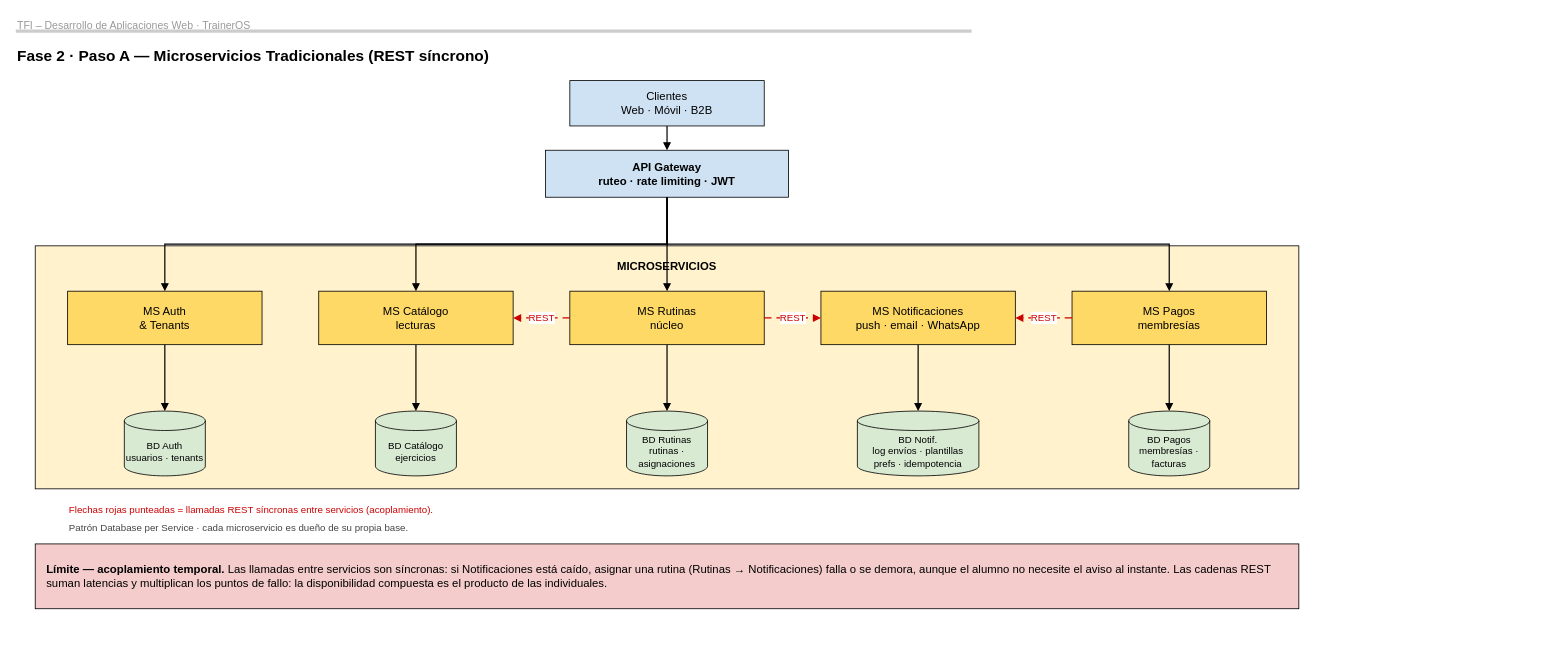
Before: Presentacion/diagramas/drawio/fase2a_microservicios_tradicionales.drawio in LautaroNaglieri/traineros-api, a draw.io diagram. Source tidied: cells renumbered, new cells numbered last; positions are measured from the earlier drawing's top-left corner, leaving out a move shared by most shapes. Both pictures are drawn from the tidied source at 81%, with x=0, y=0 at pixel (15, 14).
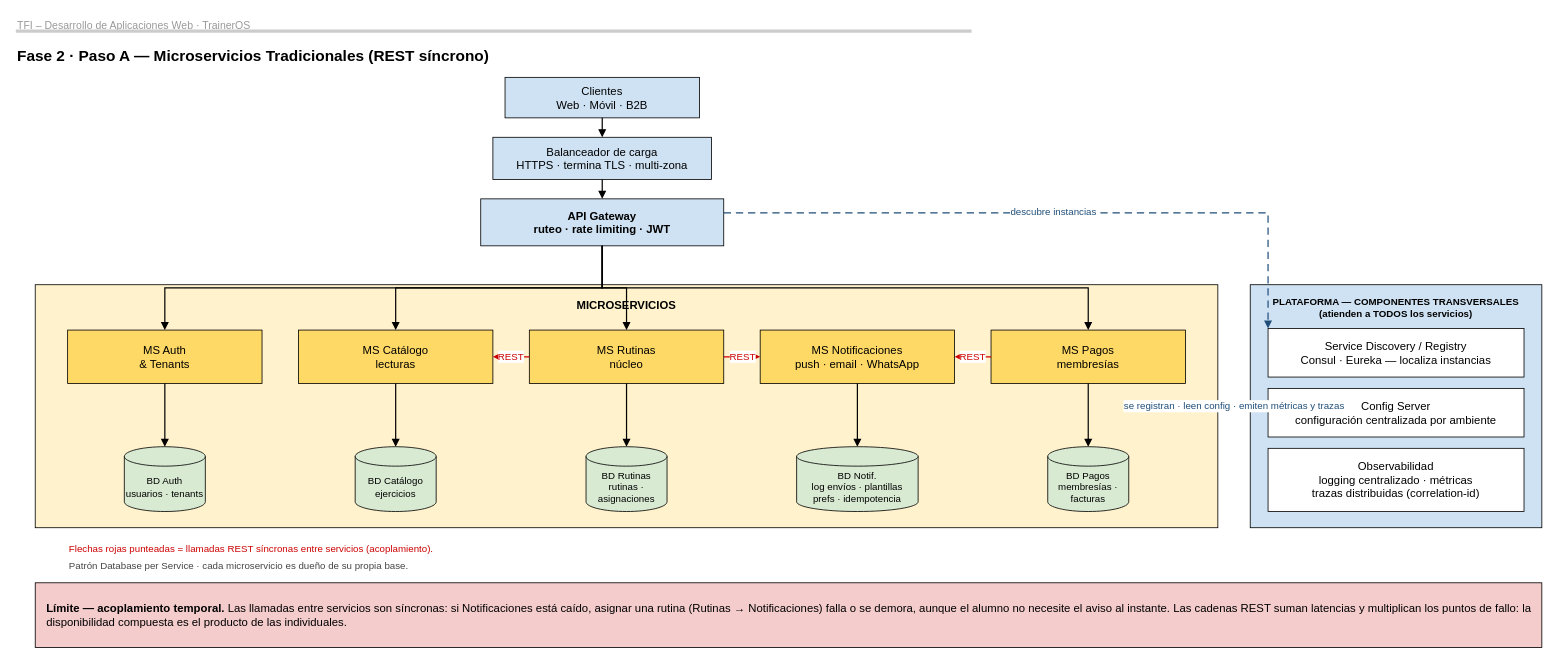
The same diagram, later.

Commit message (it also covers changes not shown here):
corrige la figura 2 y el informe agregando los componentes transversales (revision del profesor)

Change to the diagram source:
```diff
@@
     <mxCell id="5" value="Clientes&lt;br&gt;Web · Móvil · B2B" style="rounded=0;whiteSpace=wrap;html=1;fillColor=#CFE2F3;strokeColor=#000000;strokeWidth=1;fontSize=14;fontColor=#000000;" parent="1" vertex="1">
-      <mxGeometry x="684" y="82" width="240" height="56" as="geometry" />
+      <mxGeometry x="604" y="78" width="240" height="50" as="geometry" />
     </mxCell>
-    <mxCell id="6" value="API Gateway&lt;br&gt;ruteo · rate limiting · JWT" style="rounded=0;whiteSpace=wrap;html=1;fillColor=#CFE2F3;strokeColor=#000000;strokeWidth=1;fontSize=14;fontColor=#000000;fontStyle=1;" parent="1" vertex="1">
-      <mxGeometry x="654" y="168" width="300" height="58" as="geometry" />
+    <mxCell id="6" value="Balanceador de carga&lt;br&gt;HTTPS · termina TLS · multi-zona" style="rounded=0;whiteSpace=wrap;html=1;fillColor=#CFE2F3;strokeColor=#000000;strokeWidth=1;fontSize=14;fontColor=#000000;" parent="1" vertex="1">
+      <mxGeometry x="589" y="152" width="270" height="52" as="geometry" />
     </mxCell>
-    <mxCell id="7" style="edgeStyle=orthogonalEdgeStyle;rounded=0;html=1;endArrow=block;endFill=1;strokeColor=#000000;strokeWidth=1.5;fontSize=12;fontColor=#000000;labelBackgroundColor=#FFFFFF;exitX=0.5;exitY=1;exitDx=0;exitDy=0;entryX=0.5;entryY=0;entryDx=0;entryDy=0;" parent="1" edge="1" source="5" target="6">
-      <mxGeometry relative="1" as="geometry" />
+    <mxCell id="7" value="API Gateway&lt;br&gt;ruteo · rate limiting · JWT" style="rounded=0;whiteSpace=wrap;html=1;fillColor=#CFE2F3;strokeColor=#000000;strokeWidth=1;fontSize=14;fontColor=#000000;fontStyle=1;" parent="1" vertex="1">
+      <mxGeometry x="574" y="228" width="300" height="58" as="geometry" />
     </mxCell>
-    <mxCell id="8" value="MICROSERVICIOS" style="rounded=0;whiteSpace=wrap;html=1;fillColor=#FFF2CC;strokeColor=#000000;strokeWidth=1;verticalAlign=top;align=center;fontSize=14;fontStyle=1;fontColor=#000000;spacingTop=10;" parent="1" vertex="1">
-      <mxGeometry x="24" y="286" width="1560" height="300" as="geometry" />
+    <mxCell id="8" style="edgeStyle=orthogonalEdgeStyle;rounded=0;html=1;endArrow=block;endFill=1;strokeColor=#000000;strokeWidth=1.5;fontSize=12;fontColor=#000000;labelBackgroundColor=#FFFFFF;exitX=0.5;exitY=1;exitDx=0;exitDy=0;entryX=0.5;entryY=0;entryDx=0;entryDy=0;" parent="1" edge="1" source="5" target="6">
+      <mxGeometry relative="1" as="geometry" />
     </mxCell>
-    <mxCell id="9" value="MS Auth&lt;br&gt;&amp; Tenants" style="rounded=0;whiteSpace=wrap;html=1;fillColor=#FFD966;strokeColor=#000000;strokeWidth=1;fontSize=14;fontColor=#000000;" parent="1" vertex="1">
-      <mxGeometry x="64" y="342" width="240" height="66" as="geometry" />
+    <mxCell id="9" style="edgeStyle=orthogonalEdgeStyle;rounded=0;html=1;endArrow=block;endFill=1;strokeColor=#000000;strokeWidth=1.5;fontSize=12;fontColor=#000000;labelBackgroundColor=#FFFFFF;exitX=0.5;exitY=1;exitDx=0;exitDy=0;entryX=0.5;entryY=0;entryDx=0;entryDy=0;" parent="1" edge="1" source="6" target="7">
+      <mxGeometry relative="1" as="geometry" />
     </mxCell>
-    <mxCell id="10" value="BD Auth&lt;br&gt;usuarios · tenants" style="shape=cylinder3;whiteSpace=wrap;html=1;boundedLbl=1;backgroundOutline=1;size=12;fillColor=#D9EAD3;strokeColor=#000000;fontSize=12;fontColor=#000000;verticalAlign=middle;" parent="1" vertex="1">
-      <mxGeometry x="134" y="490" width="100" height="80" as="geometry" />
+    <mxCell id="10" value="MICROSERVICIOS" style="rounded=0;whiteSpace=wrap;html=1;fillColor=#FFF2CC;strokeColor=#000000;strokeWidth=1;verticalAlign=top;align=center;fontSize=14;fontStyle=1;fontColor=#000000;spacingTop=10;" parent="1" vertex="1">
+      <mxGeometry x="24" y="334" width="1460" height="300" as="geometry" />
     </mxCell>
-    <mxCell id="11" style="edgeStyle=orthogonalEdgeStyle;rounded=0;html=1;endArrow=block;endFill=1;strokeColor=#000000;strokeWidth=1.5;fontSize=12;fontColor=#000000;labelBackgroundColor=#FFFFFF;exitX=0.5;exitY=1;exitDx=0;exitDy=0;entryX=0.5;entryY=0;entryDx=0;entryDy=0;" parent="1" edge="1" source="9" target="10">
-      <mxGeometry relative="1" as="geometry" />
+    <mxCell id="11" value="MS Auth&lt;br&gt;&amp; Tenants" style="rounded=0;whiteSpace=wrap;html=1;fillColor=#FFD966;strokeColor=#000000;strokeWidth=1;fontSize=14;fontColor=#000000;" parent="1" vertex="1">
+      <mxGeometry x="64" y="390" width="240" height="66" as="geometry" />
     </mxCell>
-    <mxCell id="12" value="MS Catálogo&lt;br&gt;lecturas" style="rounded=0;whiteSpace=wrap;html=1;fillColor=#FFD966;strokeColor=#000000;strokeWidth=1;fontSize=14;fontColor=#000000;" parent="1" vertex="1">
-      <mxGeometry x="374" y="342" width="240" height="66" as="geometry" />
+    <mxCell id="12" value="BD Auth&lt;br&gt;usuarios · tenants" style="shape=cylinder3;whiteSpace=wrap;html=1;boundedLbl=1;backgroundOutline=1;size=12;fillColor=#D9EAD3;strokeColor=#000000;fontSize=12;fontColor=#000000;verticalAlign=middle;" parent="1" vertex="1">
+      <mxGeometry x="134" y="534" width="100" height="80" as="geometry" />
     </mxCell>
-    <mxCell id="13" value="BD Catálogo&lt;br&gt;ejercicios" style="shape=cylinder3;whiteSpace=wrap;html=1;boundedLbl=1;backgroundOutline=1;size=12;fillColor=#D9EAD3;strokeColor=#000000;fontSize=12;fontColor=#000000;verticalAlign=middle;" parent="1" vertex="1">
-      <mxGeometry x="444" y="490" width="100" height="80" as="geometry" />
+    <mxCell id="13" style="edgeStyle=orthogonalEdgeStyle;rounded=0;html=1;endArrow=block;endFill=1;strokeColor=#000000;strokeWidth=1.5;fontSize=12;fontColor=#000000;labelBackgroundColor=#FFFFFF;exitX=0.5;exitY=1;exitDx=0;exitDy=0;entryX=0.5;entryY=0;entryDx=0;entryDy=0;" parent="1" edge="1" source="11" target="12">
+      <mxGeometry relative="1" as="geometry" />
     </mxCell>
-    <mxCell id="14" style="edgeStyle=orthogonalEdgeStyle;rounded=0;html=1;endArrow=block;endFill=1;strokeColor=#000000;strokeWidth=1.5;fontSize=12;fontColor=#000000;labelBackgroundColor=#FFFFFF;exitX=0.5;exitY=1;exitDx=0;exitDy=0;entryX=0.5;entryY=0;entryDx=0;entryDy=0;" parent="1" edge="1" source="12" target="13">
-      <mxGeometry relative="1" as="geometry" />
+    <mxCell id="14" value="MS Catálogo&lt;br&gt;lecturas" style="rounded=0;whiteSpace=wrap;html=1;fillColor=#FFD966;strokeColor=#000000;strokeWidth=1;fontSize=14;fontColor=#000000;" parent="1" vertex="1">
+      <mxGeometry x="349" y="390" width="240" height="66" as="geometry" />
     </mxCell>
-    <mxCell id="15" value="MS Rutinas&lt;br&gt;núcleo" style="rounded=0;whiteSpace=wrap;html=1;fillColor=#FFD966;strokeColor=#000000;strokeWidth=1;fontSize=14;fontColor=#000000;" parent="1" vertex="1">
-      <mxGeometry x="684" y="342" width="240" height="66" as="geometry" />
+    <mxCell id="15" value="BD Catálogo&lt;br&gt;ejercicios" style="shape=cylinder3;whiteSpace=wrap;html=1;boundedLbl=1;backgroundOutline=1;size=12;fillColor=#D9EAD3;strokeColor=#000000;fontSize=12;fontColor=#000000;verticalAlign=middle;" parent="1" vertex="1">
+      <mxGeometry x="419" y="534" width="100" height="80" as="geometry" />
     </mxCell>
-    <mxCell id="16" value="BD Rutinas&lt;br&gt;rutinas · asignaciones" style="shape=cylinder3;whiteSpace=wrap;html=1;boundedLbl=1;backgroundOutline=1;size=12;fillColor=#D9EAD3;strokeColor=#000000;fontSize=12;fontColor=#000000;verticalAlign=middle;" parent="1" vertex="1">
-      <mxGeometry x="754" y="490" width="100" height="80" as="geometry" />
+    <mxCell id="16" style="edgeStyle=orthogonalEdgeStyle;rounded=0;html=1;endArrow=block;endFill=1;strokeColor=#000000;strokeWidth=1.5;fontSize=12;fontColor=#000000;labelBackgroundColor=#FFFFFF;exitX=0.5;exitY=1;exitDx=0;exitDy=0;entryX=0.5;entryY=0;entryDx=0;entryDy=0;" parent="1" edge="1" source="14" target="15">
+      <mxGeometry relative="1" as="geometry" />
     </mxCell>
-    <mxCell id="17" style="edgeStyle=orthogonalEdgeStyle;rounded=0;html=1;endArrow=block;endFill=1;strokeColor=#000000;strokeWidth=1.5;fontSize=12;fontColor=#000000;labelBackgroundColor=#FFFFFF;exitX=0.5;exitY=1;exitDx=0;exitDy=0;entryX=0.5;entryY=0;entryDx=0;entryDy=0;" parent="1" edge="1" source="15" target="16">
-      <mxGeometry relative="1" as="geometry" />
+    <mxCell id="17" value="MS Rutinas&lt;br&gt;núcleo" style="rounded=0;whiteSpace=wrap;html=1;fillColor=#FFD966;strokeColor=#000000;strokeWidth=1;fontSize=14;fontColor=#000000;" parent="1" vertex="1">
+      <mxGeometry x="634" y="390" width="240" height="66" as="geometry" />
     </mxCell>
-    <mxCell id="18" value="MS Notificaciones&lt;br&gt;push · email · WhatsApp" style="rounded=0;whiteSpace=wrap;html=1;fillColor=#FFD966;strokeColor=#000000;strokeWidth=1;fontSize=14;fontColor=#000000;" parent="1" vertex="1">
-      <mxGeometry x="994" y="342" width="240" height="66" as="geometry" />
+    <mxCell id="18" value="BD Rutinas&lt;br&gt;rutinas · asignaciones" style="shape=cylinder3;whiteSpace=wrap;html=1;boundedLbl=1;backgroundOutline=1;size=12;fillColor=#D9EAD3;strokeColor=#000000;fontSize=12;fontColor=#000000;verticalAlign=middle;" parent="1" vertex="1">
+      <mxGeometry x="704" y="534" width="100" height="80" as="geometry" />
     </mxCell>
-    <mxCell id="19" value="BD Notif.&lt;br&gt;log envíos · plantillas&lt;br&gt;prefs · idempotencia" style="shape=cylinder3;whiteSpace=wrap;html=1;boundedLbl=1;backgroundOutline=1;size=12;fillColor=#D9EAD3;strokeColor=#000000;fontSize=12;fontColor=#000000;verticalAlign=middle;" parent="1" vertex="1">
-      <mxGeometry x="1039" y="490" width="150" height="80" as="geometry" />
+    <mxCell id="19" style="edgeStyle=orthogonalEdgeStyle;rounded=0;html=1;endArrow=block;endFill=1;strokeColor=#000000;strokeWidth=1.5;fontSize=12;fontColor=#000000;labelBackgroundColor=#FFFFFF;exitX=0.5;exitY=1;exitDx=0;exitDy=0;entryX=0.5;entryY=0;entryDx=0;entryDy=0;" parent="1" edge="1" source="17" target="18">
+      <mxGeometry relative="1" as="geometry" />
     </mxCell>
-    <mxCell id="20" style="edgeStyle=orthogonalEdgeStyle;rounded=0;html=1;endArrow=block;endFill=1;strokeColor=#000000;strokeWidth=1.5;fontSize=12;fontColor=#000000;labelBackgroundColor=#FFFFFF;exitX=0.5;exitY=1;exitDx=0;exitDy=0;entryX=0.5;entryY=0;entryDx=0;entryDy=0;" parent="1" edge="1" source="18" target="19">
-      <mxGeometry relative="1" as="geometry" />
+    <mxCell id="20" value="MS Notificaciones&lt;br&gt;push · email · WhatsApp" style="rounded=0;whiteSpace=wrap;html=1;fillColor=#FFD966;strokeColor=#000000;strokeWidth=1;fontSize=14;fontColor=#000000;" parent="1" vertex="1">
+      <mxGeometry x="919" y="390" width="240" height="66" as="geometry" />
     </mxCell>
-    <mxCell id="21" value="MS Pagos&lt;br&gt;membresías" style="rounded=0;whiteSpace=wrap;html=1;fillColor=#FFD966;strokeColor=#000000;strokeWidth=1;fontSize=14;fontColor=#000000;" parent="1" vertex="1">
-      <mxGeometry x="1304" y="342" width="240" height="66" as="geometry" />
+    <mxCell id="21" value="BD Notif.&lt;br&gt;log envíos · plantillas&lt;br&gt;prefs · idempotencia" style="shape=cylinder3;whiteSpace=wrap;html=1;boundedLbl=1;backgroundOutline=1;size=12;fillColor=#D9EAD3;strokeColor=#000000;fontSize=12;fontColor=#000000;verticalAlign=middle;" parent="1" vertex="1">
+      <mxGeometry x="964" y="534" width="150" height="80" as="geometry" />
     </mxCell>
-    <mxCell id="22" value="BD Pagos&lt;br&gt;membresías · facturas" style="shape=cylinder3;whiteSpace=wrap;html=1;boundedLbl=1;backgroundOutline=1;size=12;fillColor=#D9EAD3;strokeColor=#000000;fontSize=12;fontColor=#000000;verticalAlign=middle;" parent="1" vertex="1">
-      <mxGeometry x="1374" y="490" width="100" height="80" as="geometry" />
+    <mxCell id="22" style="edgeStyle=orthogonalEdgeStyle;rounded=0;html=1;endArrow=block;endFill=1;strokeColor=#000000;strokeWidth=1.5;fontSize=12;fontColor=#000000;labelBackgroundColor=#FFFFFF;exitX=0.5;exitY=1;exitDx=0;exitDy=0;entryX=0.5;entryY=0;entryDx=0;entryDy=0;" parent="1" edge="1" source="20" target="21">
+      <mxGeometry relative="1" as="geometry" />
     </mxCell>
-    <mxCell id="23" style="edgeStyle=orthogonalEdgeStyle;rounded=0;html=1;endArrow=block;endFill=1;strokeColor=#000000;strokeWidth=1.5;fontSize=12;fontColor=#000000;labelBackgroundColor=#FFFFFF;exitX=0.5;exitY=1;exitDx=0;exitDy=0;entryX=0.5;entryY=0;entryDx=0;entryDy=0;" parent="1" edge="1" source="21" target="22">
-      <mxGeometry relative="1" as="geometry" />
+    <mxCell id="23" value="MS Pagos&lt;br&gt;membresías" style="rounded=0;whiteSpace=wrap;html=1;fillColor=#FFD966;strokeColor=#000000;strokeWidth=1;fontSize=14;fontColor=#000000;" parent="1" vertex="1">
+      <mxGeometry x="1204" y="390" width="240" height="66" as="geometry" />
     </mxCell>
-    <mxCell id="24" style="edgeStyle=orthogonalEdgeStyle;rounded=0;html=1;endArrow=block;endFill=1;strokeColor=#000000;strokeWidth=1.5;fontSize=12;fontColor=#000000;labelBackgroundColor=#FFFFFF;exitX=0.5;exitY=1;exitDx=0;exitDy=0;entryX=0.5;entryY=0;entryDx=0;entryDy=0;" parent="1" edge="1" source="6" target="9">
-      <mxGeometry relative="1" as="geometry" />
+    <mxCell id="24" value="BD Pagos&lt;br&gt;membresías · facturas" style="shape=cylinder3;whiteSpace=wrap;html=1;boundedLbl=1;backgroundOutline=1;size=12;fillColor=#D9EAD3;strokeColor=#000000;fontSize=12;fontColor=#000000;verticalAlign=middle;" parent="1" vertex="1">
+      <mxGeometry x="1274" y="534" width="100" height="80" as="geometry" />
     </mxCell>
-    <mxCell id="25" style="edgeStyle=orthogonalEdgeStyle;rounded=0;html=1;endArrow=block;endFill=1;strokeColor=#000000;strokeWidth=1.5;fontSize=12;fontColor=#000000;labelBackgroundColor=#FFFFFF;exitX=0.5;exitY=1;exitDx=0;exitDy=0;entryX=0.5;entryY=0;entryDx=0;entryDy=0;" parent="1" edge="1" source="6" target="12">
+    <mxCell id="25" style="edgeStyle=orthogonalEdgeStyle;rounded=0;html=1;endArrow=block;endFill=1;strokeColor=#000000;strokeWidth=1.5;fontSize=12;fontColor=#000000;labelBackgroundColor=#FFFFFF;exitX=0.5;exitY=1;exitDx=0;exitDy=0;entryX=0.5;entryY=0;entryDx=0;entryDy=0;" parent="1" edge="1" source="23" target="24">
       <mxGeometry relative="1" as="geometry" />
     </mxCell>
-    <mxCell id="26" style="edgeStyle=orthogonalEdgeStyle;rounded=0;html=1;endArrow=block;endFill=1;strokeColor=#000000;strokeWidth=1.5;fontSize=12;fontColor=#000000;labelBackgroundColor=#FFFFFF;exitX=0.5;exitY=1;exitDx=0;exitDy=0;entryX=0.5;entryY=0;entryDx=0;entryDy=0;" parent="1" edge="1" source="6" target="15">
+    <mxCell id="26" style="edgeStyle=orthogonalEdgeStyle;rounded=0;html=1;endArrow=block;endFill=1;strokeColor=#000000;strokeWidth=1.5;fontSize=12;fontColor=#000000;labelBackgroundColor=#FFFFFF;exitX=0.5;exitY=1;exitDx=0;exitDy=0;entryX=0.5;entryY=0;entryDx=0;entryDy=0;" parent="1" edge="1" source="7" target="11">
       <mxGeometry relative="1" as="geometry" />
     </mxCell>
-    <mxCell id="27" style="edgeStyle=orthogonalEdgeStyle;rounded=0;html=1;endArrow=block;endFill=1;strokeColor=#000000;strokeWidth=1.5;fontSize=12;fontColor=#000000;labelBackgroundColor=#FFFFFF;exitX=0.5;exitY=1;exitDx=0;exitDy=0;entryX=0.5;entryY=0;entryDx=0;entryDy=0;" parent="1" edge="1" source="6" target="21">
+    <mxCell id="27" style="edgeStyle=orthogonalEdgeStyle;rounded=0;html=1;endArrow=block;endFill=1;strokeColor=#000000;strokeWidth=1.5;fontSize=12;fontColor=#000000;labelBackgroundColor=#FFFFFF;exitX=0.5;exitY=1;exitDx=0;exitDy=0;entryX=0.5;entryY=0;entryDx=0;entryDy=0;" parent="1" edge="1" source="7" target="14">
       <mxGeometry relative="1" as="geometry" />
     </mxCell>
-    <mxCell id="28" value="REST" style="edgeStyle=orthogonalEdgeStyle;rounded=0;html=1;endArrow=block;endFill=1;strokeColor=#000000;strokeWidth=1.5;fontSize=12;fontColor=#000000;labelBackgroundColor=#FFFFFF;strokeColor=#CC0000;fontColor=#CC0000;dashed=1;dashPattern=6 4;exitX=0;exitY=0.5;exitDx=0;exitDy=0;entryX=1;entryY=0.5;entryDx=0;entryDy=0;" parent="1" edge="1" source="15" target="12">
+    <mxCell id="28" style="edgeStyle=orthogonalEdgeStyle;rounded=0;html=1;endArrow=block;endFill=1;strokeColor=#000000;strokeWidth=1.5;fontSize=12;fontColor=#000000;labelBackgroundColor=#FFFFFF;exitX=0.5;exitY=1;exitDx=0;exitDy=0;entryX=0.5;entryY=0;entryDx=0;entryDy=0;" parent="1" edge="1" source="7" target="17">
       <mxGeometry relative="1" as="geometry" />
     </mxCell>
-    <mxCell id="29" value="REST" style="edgeStyle=orthogonalEdgeStyle;rounded=0;html=1;endArrow=block;endFill=1;strokeColor=#000000;strokeWidth=1.5;fontSize=12;fontColor=#000000;labelBackgroundColor=#FFFFFF;strokeColor=#CC0000;fontColor=#CC0000;dashed=1;dashPattern=6 4;exitX=1;exitY=0.5;exitDx=0;exitDy=0;entryX=0;entryY=0.5;entryDx=0;entryDy=0;" parent="1" edge="1" source="15" target="18">
+    <mxCell id="29" style="edgeStyle=orthogonalEdgeStyle;rounded=0;html=1;endArrow=block;endFill=1;strokeColor=#000000;strokeWidth=1.5;fontSize=12;fontColor=#000000;labelBackgroundColor=#FFFFFF;exitX=0.5;exitY=1;exitDx=0;exitDy=0;entryX=0.5;entryY=0;entryDx=0;entryDy=0;" parent="1" edge="1" source="7" target="23">
       <mxGeometry relative="1" as="geometry" />
     </mxCell>
-    <mxCell id="30" value="REST" style="edgeStyle=orthogonalEdgeStyle;rounded=0;html=1;endArrow=block;endFill=1;strokeColor=#000000;strokeWidth=1.5;fontSize=12;fontColor=#000000;labelBackgroundColor=#FFFFFF;strokeColor=#CC0000;fontColor=#CC0000;dashed=1;dashPattern=6 4;exitX=0;exitY=0.5;exitDx=0;exitDy=0;entryX=1;entryY=0.5;entryDx=0;entryDy=0;" parent="1" edge="1" source="21" target="18">
+    <mxCell id="30" value="REST" style="edgeStyle=orthogonalEdgeStyle;rounded=0;html=1;endArrow=block;endFill=1;strokeColor=#000000;strokeWidth=1.5;fontSize=12;fontColor=#000000;labelBackgroundColor=#FFFFFF;strokeColor=#CC0000;fontColor=#CC0000;dashed=1;dashPattern=6 4;exitX=0;exitY=0.5;exitDx=0;exitDy=0;entryX=1;entryY=0.5;entryDx=0;entryDy=0;" parent="1" edge="1" source="17" target="14">
       <mxGeometry relative="1" as="geometry" />
     </mxCell>
-    <mxCell id="31" value="Flechas rojas punteadas = llamadas REST síncronas entre servicios (acoplamiento)." style="text;html=1;align=left;fontSize=12;fontColor=#CC0000;" parent="1" vertex="1">
-      <mxGeometry x="64" y="598" width="900" height="22" as="geometry" />
+    <mxCell id="31" value="REST" style="edgeStyle=orthogonalEdgeStyle;rounded=0;html=1;endArrow=block;endFill=1;strokeColor=#000000;strokeWidth=1.5;fontSize=12;fontColor=#000000;labelBackgroundColor=#FFFFFF;strokeColor=#CC0000;fontColor=#CC0000;dashed=1;dashPattern=6 4;exitX=1;exitY=0.5;exitDx=0;exitDy=0;entryX=0;entryY=0.5;entryDx=0;entryDy=0;" parent="1" edge="1" source="17" target="20">
+      <mxGeometry relative="1" as="geometry" />
     </mxCell>
-    <mxCell id="32" value="Patrón Database per Service · cada microservicio es dueño de su propia base." style="text;html=1;align=left;fontSize=12;fontColor=#444444;" parent="1" vertex="1">
-      <mxGeometry x="64" y="620" width="900" height="22" as="geometry" />
+    <mxCell id="32" value="REST" style="edgeStyle=orthogonalEdgeStyle;rounded=0;html=1;endArrow=block;endFill=1;strokeColor=#000000;strokeWidth=1.5;fontSize=12;fontColor=#000000;labelBackgroundColor=#FFFFFF;strokeColor=#CC0000;fontColor=#CC0000;dashed=1;dashPattern=6 4;exitX=0;exitY=0.5;exitDx=0;exitDy=0;entryX=1;entryY=0.5;entryDx=0;entryDy=0;" parent="1" edge="1" source="23" target="20">
+      <mxGeometry relative="1" as="geometry" />
     </mxCell>
-    <mxCell id="33" value="&lt;b&gt;Límite — acoplamiento temporal.&lt;/b&gt;  Las llamadas entre servicios son síncronas: si Notificaciones está caído, asignar una rutina (Rutinas → Notificaciones) falla o se demora, aunque el alumno no necesite el aviso al instante. Las cadenas REST suman latencias y multiplican los puntos de fallo: la disponibilidad compuesta es el producto de las individuales." style="rounded=0;whiteSpace=wrap;html=1;fillColor=#F4CCCC;strokeColor=#000000;strokeWidth=1;fontSize=14;fontColor=#000000;align=left;spacingLeft=12;verticalAlign=middle;" parent="1" vertex="1">
-      <mxGeometry x="24" y="654" width="1560" height="80" as="geometry" />
+    <mxCell id="33" value="PLATAFORMA — COMPONENTES TRANSVERSALES&lt;br&gt;(atienden a TODOS los servicios)" style="rounded=0;whiteSpace=wrap;html=1;fillColor=#CFE2F3;strokeColor=#000000;strokeWidth=1;verticalAlign=top;align=center;fontSize=14;fontStyle=1;fontColor=#000000;spacingTop=10;verticalAlign=top;spacingTop=8;fontSize=12;" parent="1" vertex="1">
+      <mxGeometry x="1524" y="334" width="360" height="300" as="geometry" />
     </mxCell>
+    <mxCell id="34" value="Service Discovery / Registry&lt;br&gt;Consul · Eureka — localiza instancias" style="rounded=0;whiteSpace=wrap;html=1;fillColor=#FFFFFF;strokeColor=#000000;strokeWidth=1;fontSize=14;fontColor=#000000;" parent="1" vertex="1">
+      <mxGeometry x="1546" y="388" width="316" height="60" as="geometry" />
+    </mxCell>
+    <mxCell id="35" value="Config Server&lt;br&gt;configuración centralizada por ambiente" style="rounded=0;whiteSpace=wrap;html=1;fillColor=#FFFFFF;strokeColor=#000000;strokeWidth=1;fontSize=14;fontColor=#000000;" parent="1" vertex="1">
+      <mxGeometry x="1546" y="462" width="316" height="60" as="geometry" />
+    </mxCell>
+    <mxCell id="36" value="Observabilidad&lt;br&gt;logging centralizado · métricas&lt;br&gt;trazas distribuidas (correlation-id)" style="rounded=0;whiteSpace=wrap;html=1;fillColor=#FFFFFF;strokeColor=#000000;strokeWidth=1;fontSize=14;fontColor=#000000;" parent="1" vertex="1">
+      <mxGeometry x="1546" y="536" width="316" height="78" as="geometry" />
+    </mxCell>
+    <mxCell id="37" value="descubre instancias" style="edgeStyle=orthogonalEdgeStyle;rounded=0;html=1;endArrow=block;endFill=1;strokeColor=#000000;strokeWidth=1.5;fontSize=12;fontColor=#000000;labelBackgroundColor=#FFFFFF;dashed=1;strokeColor=#1F4E79;fontColor=#1F4E79;dashPattern=6 4;exitX=1;exitY=0.3;exitDx=0;exitDy=0;entryX=0;entryY=0;entryDx=0;entryDy=0;" parent="1" edge="1" source="7" target="34">
+      <mxGeometry relative="1" as="geometry" />
+    </mxCell>
+    <mxCell id="38" value="se registran · leen config · emiten métricas y trazas" style="edgeStyle=orthogonalEdgeStyle;rounded=0;html=1;endArrow=block;endFill=1;strokeColor=#000000;strokeWidth=1.5;fontSize=12;fontColor=#000000;labelBackgroundColor=#FFFFFF;dashed=1;strokeColor=#1F4E79;fontColor=#1F4E79;dashPattern=6 4;exitX=1;exitY=0.5;exitDx=0;exitDy=0;entryX=0;entryY=0.5;entryDx=0;entryDy=0;" parent="1" edge="1" source="10" target="33">
+      <mxGeometry relative="1" as="geometry" />
+    </mxCell>
+    <mxCell id="39" value="Flechas rojas punteadas = llamadas REST síncronas entre servicios (acoplamiento)." style="text;html=1;align=left;fontSize=12;fontColor=#CC0000;" parent="1" vertex="1">
+      <mxGeometry x="64" y="646" width="900" height="22" as="geometry" />
+    </mxCell>
+    <mxCell id="40" value="Patrón Database per Service · cada microservicio es dueño de su propia base." style="text;html=1;align=left;fontSize=12;fontColor=#444444;" parent="1" vertex="1">
+      <mxGeometry x="64" y="668" width="900" height="22" as="geometry" />
+    </mxCell>
+    <mxCell id="41" value="&lt;b&gt;Límite — acoplamiento temporal.&lt;/b&gt;  Las llamadas entre servicios son síncronas: si Notificaciones está caído, asignar una rutina (Rutinas → Notificaciones) falla o se demora, aunque el alumno no necesite el aviso al instante. Las cadenas REST suman latencias y multiplican los puntos de fallo: la disponibilidad compuesta es el producto de las individuales." style="rounded=0;whiteSpace=wrap;html=1;fillColor=#F4CCCC;strokeColor=#000000;strokeWidth=1;fontSize=14;fontColor=#000000;align=left;spacingLeft=12;verticalAlign=middle;" parent="1" vertex="1">
+      <mxGeometry x="24" y="702" width="1860" height="80" as="geometry" />
+    </mxCell>
```
